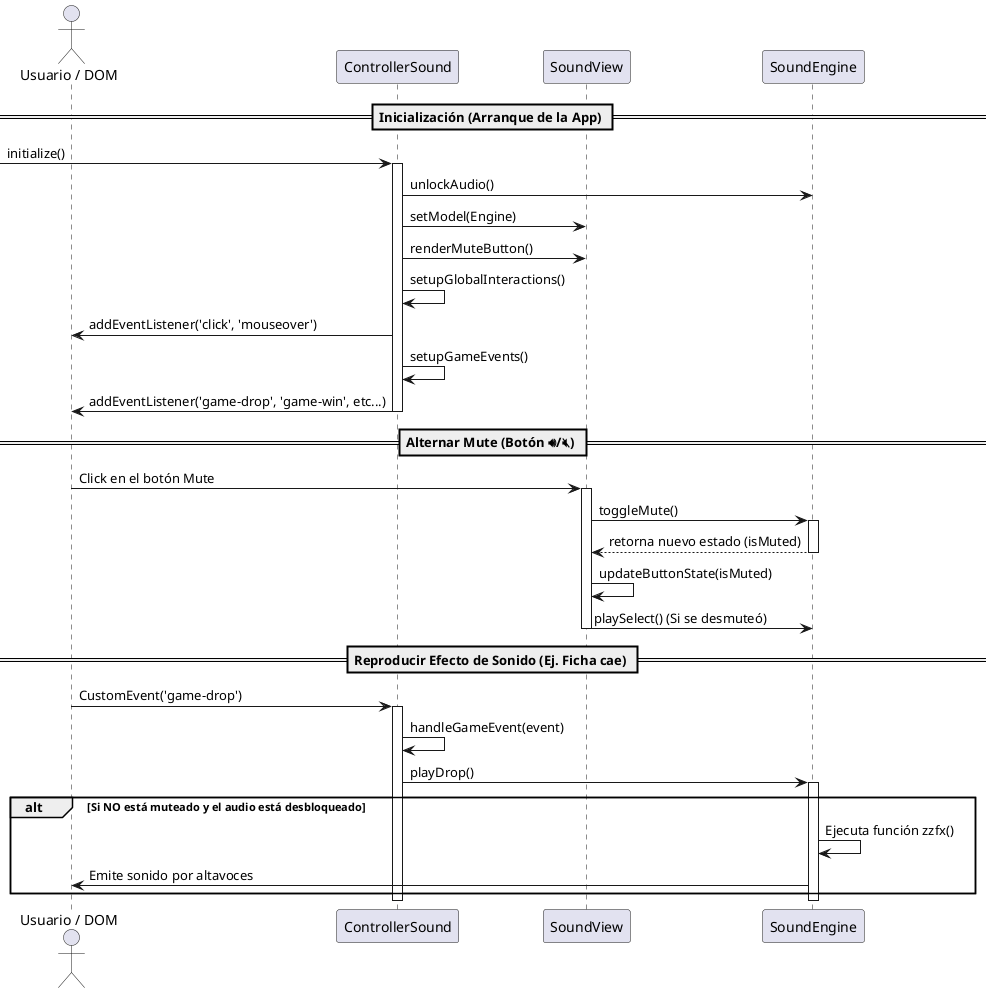
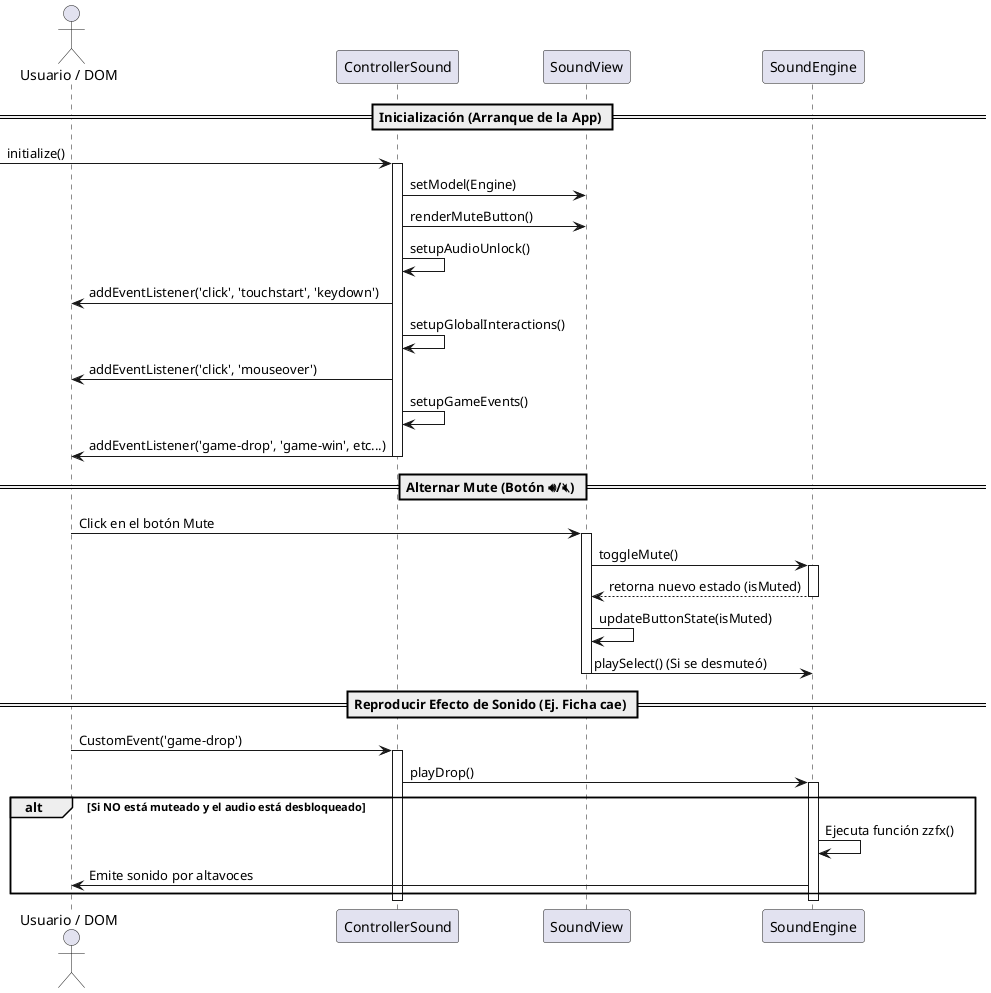
@startuml SoundManagerSequence

actor "Usuario / DOM" as DOM
participant "ControllerSound" as Controller
participant "SoundView" as View
participant "SoundEngine" as Engine

== Inicialización (Arranque de la App) ==
-> Controller : initialize()
activate Controller
- Controller -> Engine : unlockAudio()
Controller -> View : setModel(Engine)
Controller -> View : renderMuteButton()
+ 
+ Controller -> Controller : setupAudioUnlock()
+ Controller -> DOM : addEventListener('click', 'touchstart', 'keydown')

Controller -> Controller : setupGlobalInteractions()
Controller -> DOM : addEventListener('click', 'mouseover')

Controller -> Controller : setupGameEvents()
Controller -> DOM : addEventListener('game-drop', 'game-win', etc...)
deactivate Controller

== Alternar Mute (Botón 🔊/🔇) ==
DOM -> View : Click en el botón Mute
activate View
View -> Engine : toggleMute()
activate Engine
Engine --> View : retorna nuevo estado (isMuted)
deactivate Engine
View -> View : updateButtonState(isMuted)
View -> Engine : playSelect() (Si se desmuteó)
deactivate View

== Reproducir Efecto de Sonido (Ej. Ficha cae) ==
DOM -> Controller : CustomEvent('game-drop')
activate Controller
- Controller -> Controller : handleGameEvent(event)
Controller -> Engine : playDrop()
activate Engine
alt Si NO está muteado y el audio está desbloqueado
    Engine -> Engine : Ejecuta función zzfx()
    Engine -> DOM : Emite sonido por altavoces
end
deactivate Engine
deactivate Controller

@enduml